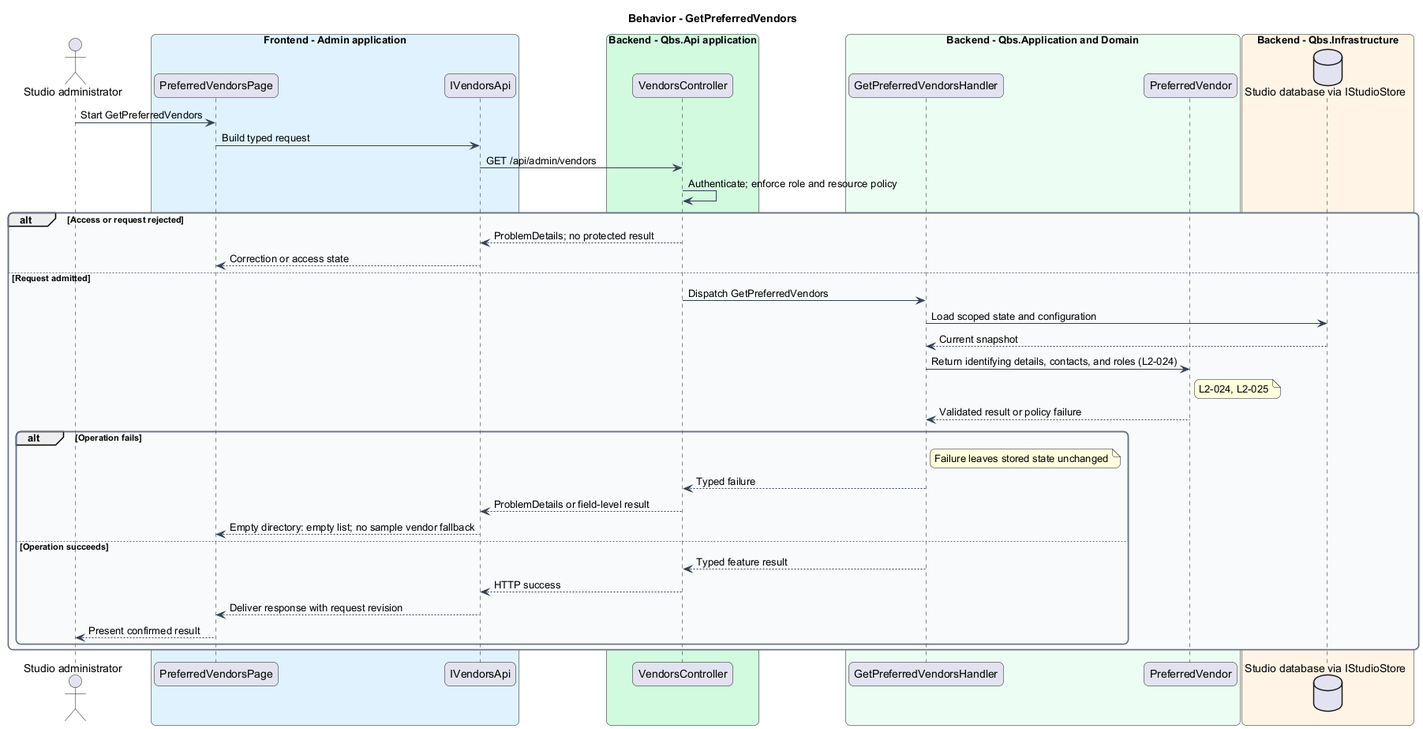
QuinntyneBrown/quinntyne-brown-studio keeps this PlantUML diagram as docs/detailed-designs/studio-resources/manage-preferred-vendors/diagrams/sequence-get-preferred-vendors.png. Above is the earlier version.
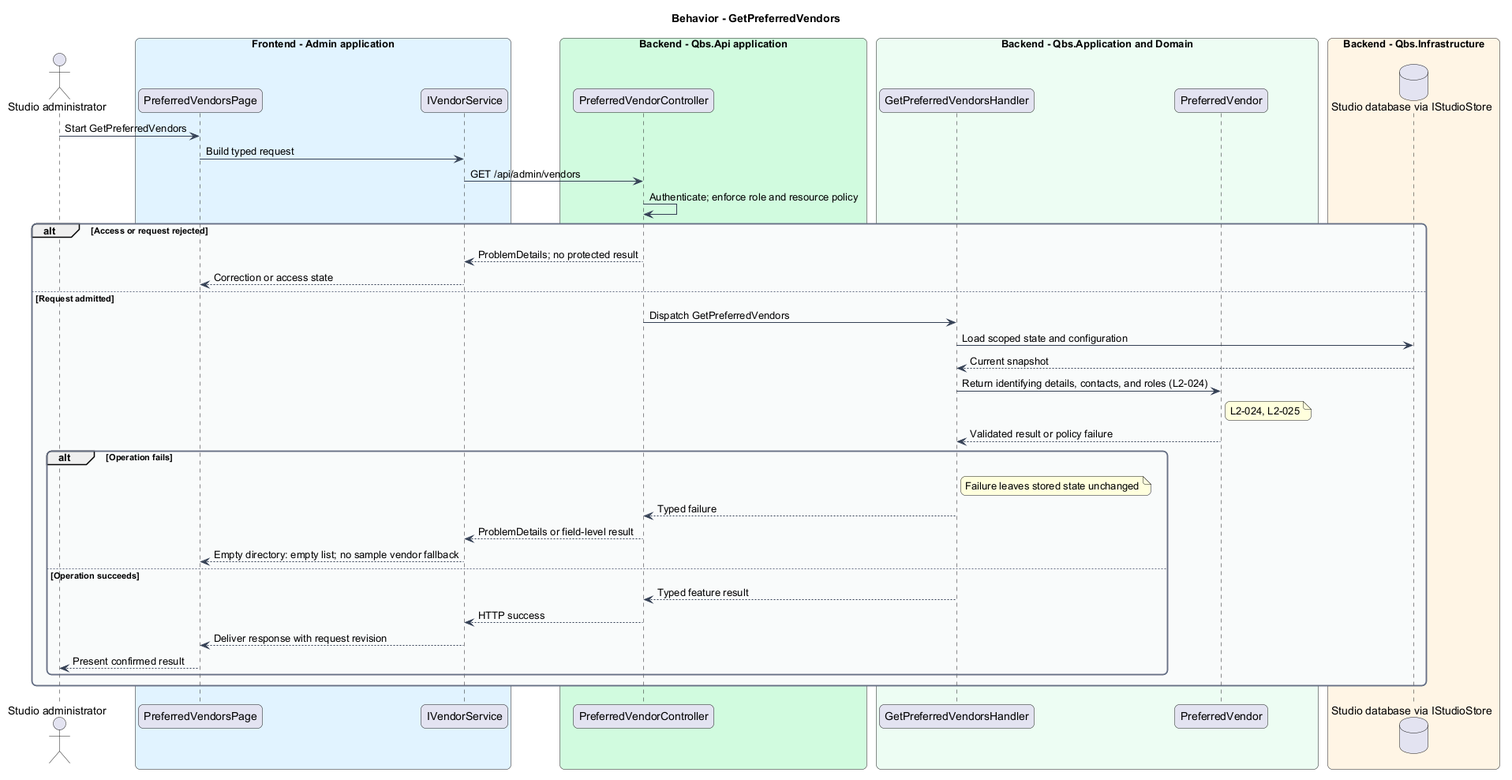
Above is the later version.

Change to the diagram source:
```diff
@@ -17,10 +17,10 @@
 actor "Studio administrator" as actor
 box "Frontend - Admin application" #E0F2FE
  participant "PreferredVendorsPage" as page
- participant "IVendorsApi" as client
+ participant "IVendorService" as client
 end box
 box "Backend - Qbs.Api application" #D1FADF
- participant "VendorsController" as controller
+ participant "PreferredVendorController" as controller
 end box
 box "Backend - Qbs.Application and Domain" #ECFDF3
  participant "GetPreferredVendorsHandler" as handler
```
